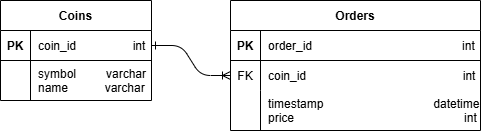
Before: entity_relationship_diagram__1_.png, a diagram exported from draw.io (kadenho/cyptracker). Source tidied: cells renumbered, new cells last; positions are measured from the earlier drawing's top-left corner, leaving out a move shared by most shapes.
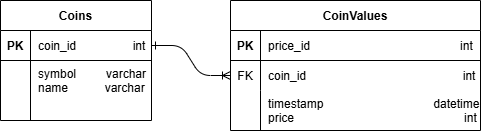
After the commit.

The edit, as a diff of the source:
```diff
@@ -2,7 +2,7 @@
   <root>
     <mxCell id="0" />
     <mxCell id="1" parent="0" />
-    <mxCell id="2" value="Orders" style="shape=table;startSize=30;rowLines=0;fontStyle=1;align=center;" parent="1" vertex="1">
+    <mxCell id="2" value="CoinValues" style="shape=table;startSize=30;rowLines=0;fontStyle=1;align=center;" parent="1" vertex="1">
       <mxGeometry x="230" width="250" height="130" as="geometry" />
     </mxCell>
     <mxCell id="3" style="shape=partialRectangle;fillColor=none;top=0;left=0;right=0;bottom=1;" parent="2" vertex="1">
@@ -11,7 +11,7 @@
     <mxCell id="4" value="PK" style="shape=partialRectangle;overflow=hidden;fillColor=none;top=0;left=0;bottom=0;right=0;fontStyle=1;" parent="3" vertex="1">
       <mxGeometry width="30" height="30" as="geometry" />
     </mxCell>
-    <mxCell id="5" value="order_id                                             int" style="shape=partialRectangle;overflow=hidden;fillColor=none;top=0;left=0;bottom=0;right=0;align=left;spacingLeft=6;fontStyle=0;" parent="3" vertex="1">
+    <mxCell id="5" value="price_id                                             int" style="shape=partialRectangle;overflow=hidden;fillColor=none;top=0;left=0;bottom=0;right=0;align=left;spacingLeft=6;fontStyle=0;" parent="3" vertex="1">
       <mxGeometry x="30" width="220" height="30" as="geometry" />
     </mxCell>
     <mxCell id="6" style="shape=partialRectangle;fillColor=none;points=[[0,0.5],[1,0.5]];portConstraint=eastwest;top=0;left=0;right=0;bottom=0;" parent="2" vertex="1">
@@ -33,7 +33,7 @@
       <mxGeometry x="30" width="220" height="40" as="geometry" />
     </mxCell>
     <mxCell id="12" value="Coins" style="shape=table;startSize=30;rowLines=0;fontStyle=1;align=center;" parent="1" vertex="1">
-      <mxGeometry width="151" height="100" as="geometry" />
+      <mxGeometry width="151" height="120" as="geometry" />
     </mxCell>
     <mxCell id="13" style="shape=partialRectangle;fillColor=none;points=[[0,0.5],[1,0.5]];portConstraint=eastwest;top=0;left=0;right=0;bottom=1;" parent="12" vertex="1">
       <mxGeometry y="30" width="151" height="30" as="geometry" />
@@ -45,13 +45,13 @@
       <mxGeometry x="30" width="121" height="30" as="geometry" />
     </mxCell>
     <mxCell id="16" style="shape=partialRectangle;fillColor=none;top=0;left=0;right=0;bottom=0;" parent="12" vertex="1">
-      <mxGeometry y="60" width="151" height="40" as="geometry" />
+      <mxGeometry y="60" width="151" height="60" as="geometry" />
     </mxCell>
     <mxCell id="17" style="shape=partialRectangle;overflow=hidden;fillColor=none;top=0;left=0;bottom=0;right=0;" parent="16" vertex="1">
-      <mxGeometry width="30" height="40" as="geometry" />
+      <mxGeometry width="30" height="60" as="geometry" />
     </mxCell>
     <mxCell id="18" value="symbol         varchar&#10;name           varchar" style="shape=partialRectangle;overflow=hidden;fillColor=none;top=0;left=0;bottom=0;right=0;align=left;spacingLeft=6;verticalAlign=top;" parent="16" vertex="1">
-      <mxGeometry x="30" width="121" height="40" as="geometry" />
+      <mxGeometry x="30" width="121" height="60" as="geometry" />
     </mxCell>
     <mxCell id="19" style="edgeStyle=entityRelationEdgeStyle;endArrow=ERoneToMany;startArrow=ERone;endFill=0;startFill=0;" parent="1" edge="1" source="13" target="6">
       <mxGeometry relative="1" as="geometry" />
```
